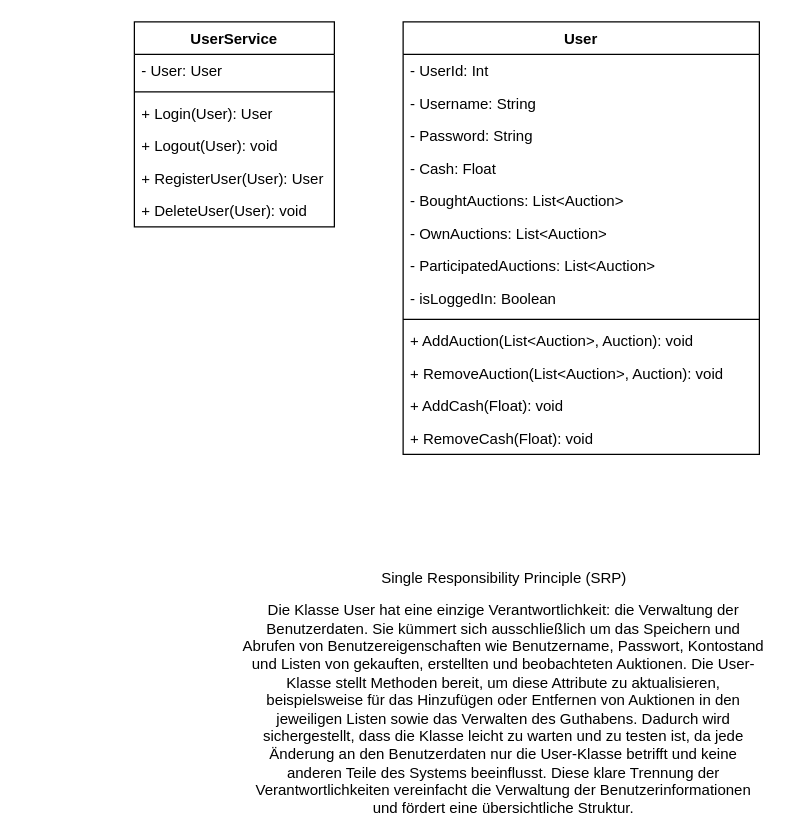
Above: doc/class-diagrams/user-service.drawio in lucariebel/online-shop (draw.io), before the change. Source tidied: cells renumbered, new cells numbered last; positions are measured from the earlier drawing's top-left corner, leaving out a move shared by most shapes. Both pictures are drawn from the tidied source at 125%, with x=0, y=0 at pixel (134, 21).
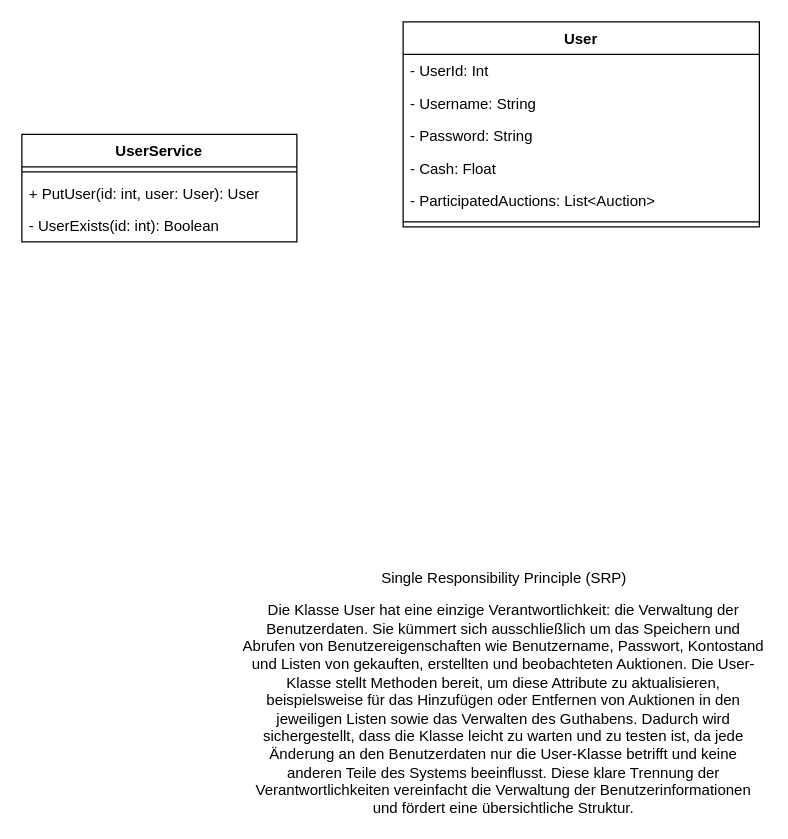
After the change.

Change to the diagram source:
```diff
@@
     <mxCell id="2" value="User" style="swimlane;fontStyle=1;align=center;verticalAlign=top;horizontal=1;startSize=26;whiteSpace=wrap;html=1;" parent="1" vertex="1">
-      <mxGeometry x="215" width="285" height="346" as="geometry" />
+      <mxGeometry x="215" width="285" height="164" as="geometry" />
     </mxCell>
@@
-    <mxCell id="7" value="- BoughtAuctions: List&amp;lt;Auction&amp;gt;" style="text;strokeColor=none;fillColor=none;align=left;verticalAlign=top;spacingLeft=4;spacingRight=4;overflow=hidden;whiteSpace=wrap;html=1;" parent="2" vertex="1">
-      <mxGeometry y="130" width="285" height="26" as="geometry" />
-    </mxCell>
-    <mxCell id="8" value="- OwnAuctions: List&amp;lt;Auction&amp;gt;" style="text;strokeColor=none;fillColor=none;align=left;verticalAlign=top;spacingLeft=4;spacingRight=4;overflow=hidden;whiteSpace=wrap;html=1;" parent="2" vertex="1">
-      <mxGeometry y="156" width="285" height="26" as="geometry" />
-    </mxCell>
     <mxCell id="9" value="- ParticipatedAuctions: List&amp;lt;Auction&amp;gt;" style="text;strokeColor=none;fillColor=none;align=left;verticalAlign=top;spacingLeft=4;spacingRight=4;overflow=hidden;whiteSpace=wrap;html=1;" parent="2" vertex="1">
-      <mxGeometry y="182" width="285" height="26" as="geometry" />
+      <mxGeometry y="130" width="285" height="26" as="geometry" />
     </mxCell>
-    <mxCell id="10" value="- isLoggedIn: Boolean" style="text;strokeColor=none;fillColor=none;align=left;verticalAlign=top;spacingLeft=4;spacingRight=4;overflow=hidden;whiteSpace=wrap;html=1;" parent="2" vertex="1">
-      <mxGeometry y="208" width="285" height="26" as="geometry" />
-    </mxCell>
     <mxCell id="11" style="line;strokeWidth=1;fillColor=none;align=left;verticalAlign=middle;spacingTop=-1;spacingLeft=3;spacingRight=3;labelPosition=right;strokeColor=inherit;" parent="2" vertex="1">
-      <mxGeometry y="234" width="285" height="8" as="geometry" />
+      <mxGeometry y="156" width="285" height="8" as="geometry" />
     </mxCell>
-    <mxCell id="12" value="+ AddAuction(List&amp;lt;Auction&amp;gt;, Auction): void" style="text;strokeColor=none;fillColor=none;align=left;verticalAlign=top;spacingLeft=4;spacingRight=4;overflow=hidden;whiteSpace=wrap;html=1;" parent="2" vertex="1">
-      <mxGeometry y="242" width="285" height="26" as="geometry" />
-    </mxCell>
-    <mxCell id="13" value="+ RemoveAuction(List&amp;lt;Auction&amp;gt;, Auction): void" style="text;strokeColor=none;fillColor=none;align=left;verticalAlign=top;spacingLeft=4;spacingRight=4;overflow=hidden;whiteSpace=wrap;html=1;" parent="2" vertex="1">
-      <mxGeometry y="268" width="285" height="26" as="geometry" />
-    </mxCell>
-    <mxCell id="14" value="+ AddCash(Float): void" style="text;strokeColor=none;fillColor=none;align=left;verticalAlign=top;spacingLeft=4;spacingRight=4;overflow=hidden;whiteSpace=wrap;html=1;" parent="2" vertex="1">
-      <mxGeometry y="294" width="285" height="26" as="geometry" />
-    </mxCell>
-    <mxCell id="15" value="+ RemoveCash(Float): void" style="text;strokeColor=none;fillColor=none;align=left;verticalAlign=top;spacingLeft=4;spacingRight=4;overflow=hidden;whiteSpace=wrap;html=1;" parent="2" vertex="1">
-      <mxGeometry y="320" width="285" height="26" as="geometry" />
-    </mxCell>
     <mxCell id="16" value="&lt;span style=&quot;white-space: nowrap;&quot;&gt;UserService&lt;/span&gt;" style="swimlane;fontStyle=1;align=center;verticalAlign=top;horizontal=1;startSize=26;whiteSpace=wrap;html=1;" parent="1" vertex="1">
-      <mxGeometry width="160" height="164" as="geometry" />
+      <mxGeometry x="-90" y="90" width="220" height="86" as="geometry" />
     </mxCell>
-    <mxCell id="17" value="&lt;span style=&quot;white-space: nowrap;&quot;&gt;- User: User&lt;/span&gt;" style="text;strokeColor=none;fillColor=none;align=left;verticalAlign=top;spacingLeft=4;spacingRight=4;overflow=hidden;whiteSpace=wrap;html=1;" parent="16" vertex="1">
-      <mxGeometry y="26" width="160" height="26" as="geometry" />
-    </mxCell>
     <mxCell id="18" style="line;strokeWidth=1;fillColor=none;align=left;verticalAlign=middle;spacingTop=-1;spacingLeft=3;spacingRight=3;labelPosition=right;strokeColor=inherit;" parent="16" vertex="1">
-      <mxGeometry y="52" width="160" height="8" as="geometry" />
+      <mxGeometry y="26" width="220" height="8" as="geometry" />
     </mxCell>
-    <mxCell id="19" value="&lt;span style=&quot;white-space: nowrap;&quot;&gt;+ Login(User): User&lt;/span&gt;" style="text;strokeColor=none;fillColor=none;align=left;verticalAlign=top;spacingLeft=4;spacingRight=4;overflow=hidden;whiteSpace=wrap;html=1;" parent="16" vertex="1">
-      <mxGeometry y="60" width="160" height="26" as="geometry" />
+    <mxCell id="19" value="&lt;span style=&quot;white-space: nowrap;&quot;&gt;+ PutUser(id: int, user: User): User&lt;/span&gt;" style="text;strokeColor=none;fillColor=none;align=left;verticalAlign=top;spacingLeft=4;spacingRight=4;overflow=hidden;whiteSpace=wrap;html=1;" parent="16" vertex="1">
+      <mxGeometry y="34" width="220" height="26" as="geometry" />
     </mxCell>
-    <mxCell id="20" value="&lt;span style=&quot;white-space: nowrap;&quot;&gt;+ Logout(User): void&lt;/span&gt;" style="text;strokeColor=none;fillColor=none;align=left;verticalAlign=top;spacingLeft=4;spacingRight=4;overflow=hidden;whiteSpace=wrap;html=1;" parent="16" vertex="1">
-      <mxGeometry y="86" width="160" height="26" as="geometry" />
+    <mxCell id="20" value="&lt;span style=&quot;white-space: nowrap;&quot;&gt;- UserExists(id: int): Boolean&lt;/span&gt;" style="text;strokeColor=none;fillColor=none;align=left;verticalAlign=top;spacingLeft=4;spacingRight=4;overflow=hidden;whiteSpace=wrap;html=1;" parent="16" vertex="1">
+      <mxGeometry y="60" width="220" height="26" as="geometry" />
     </mxCell>
-    <mxCell id="21" value="&lt;span style=&quot;white-space: nowrap;&quot;&gt;+ RegisterUser(Us&lt;/span&gt;&lt;span style=&quot;white-space: nowrap;&quot;&gt;er): User&lt;/span&gt;" style="text;strokeColor=none;fillColor=none;align=left;verticalAlign=top;spacingLeft=4;spacingRight=4;overflow=hidden;whiteSpace=wrap;html=1;" parent="16" vertex="1">
-      <mxGeometry y="112" width="160" height="26" as="geometry" />
-    </mxCell>
-    <mxCell id="22" value="&lt;span style=&quot;white-space: nowrap;&quot;&gt;+ DeleteUser(Us&lt;/span&gt;&lt;span style=&quot;white-space: nowrap;&quot;&gt;er): void&lt;/span&gt;" style="text;strokeColor=none;fillColor=none;align=left;verticalAlign=top;spacingLeft=4;spacingRight=4;overflow=hidden;whiteSpace=wrap;html=1;" parent="16" vertex="1">
-      <mxGeometry y="138" width="160" height="26" as="geometry" />
-    </mxCell>
```
